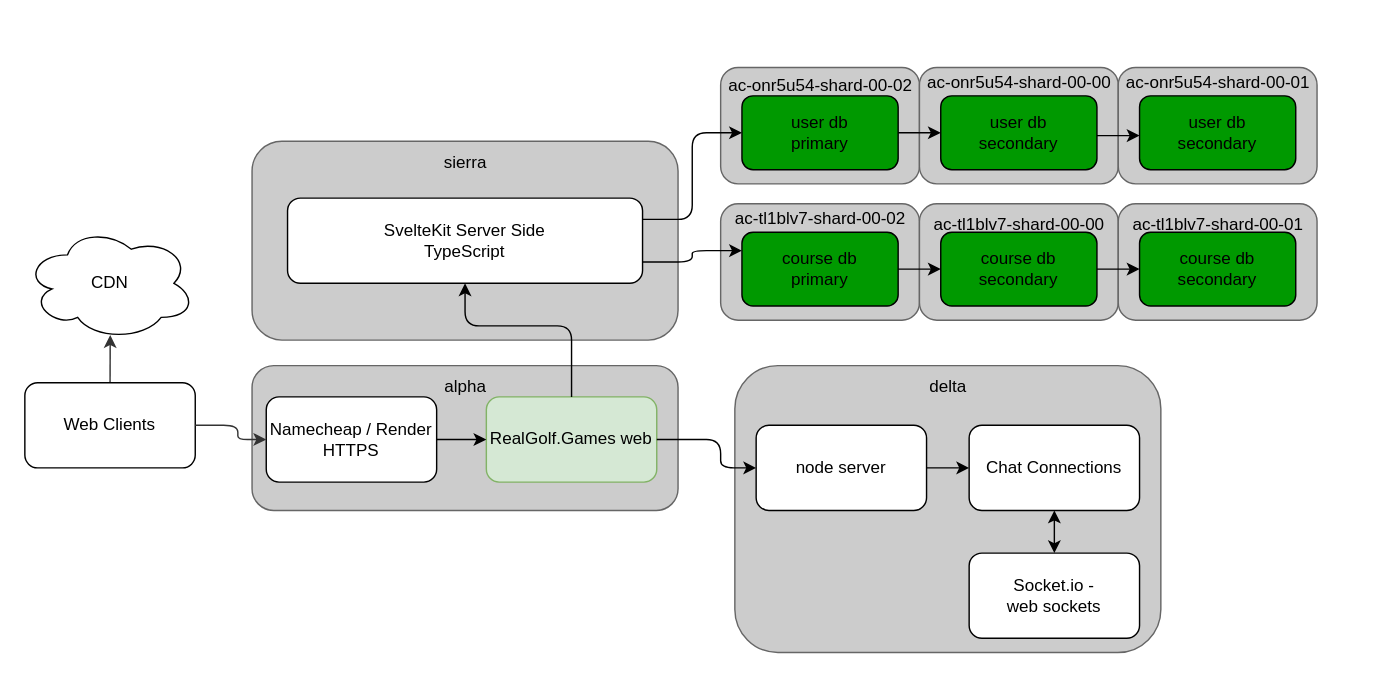
Earlier version of the draw.io diagram img/architecture.drawio (realgolf/web). Source tidied: cells renumbered, new cells numbered last; positions are measured from the earlier drawing's top-left corner, leaving out a move shared by most shapes. Both pictures are drawn from the tidied source at 142%, with x=0, y=0 at pixel (24, 61).
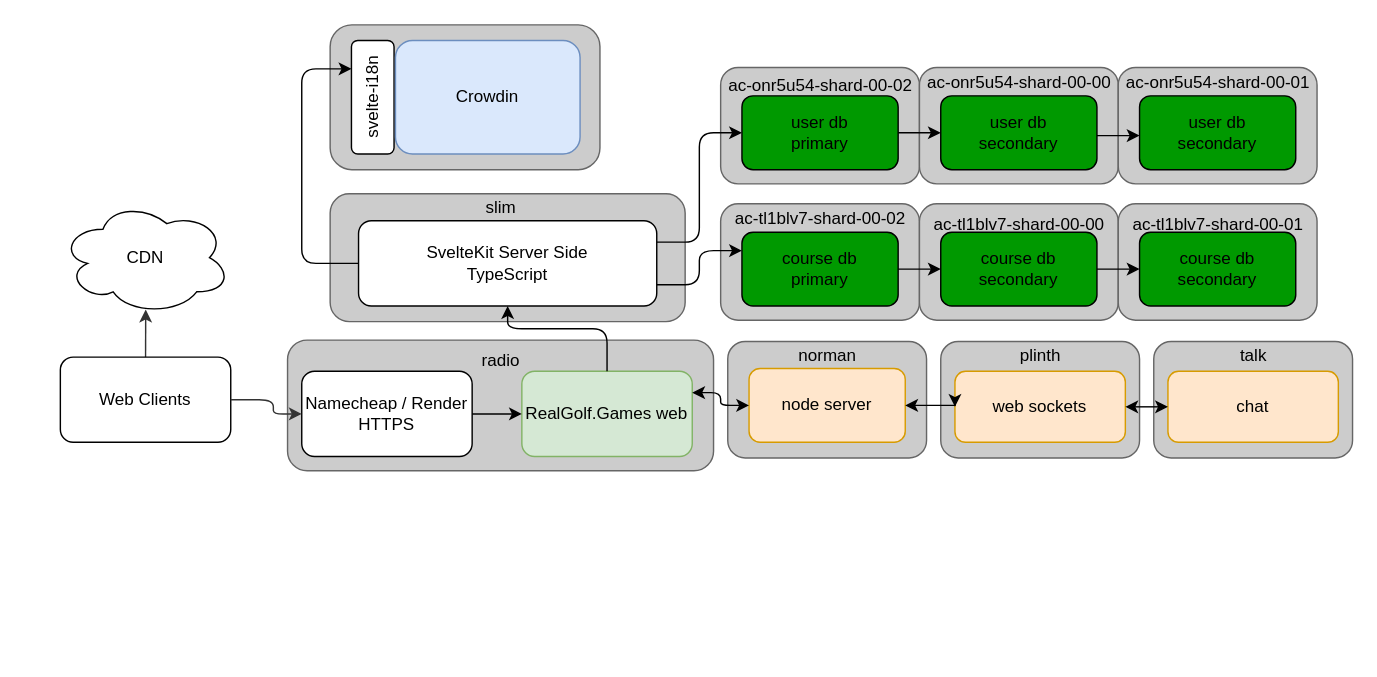
The same diagram, later.

Unchanged cells that the change refers to:
```xml
<mxCell id="12" value="course db&lt;br&gt;primary" style="rounded=1;whiteSpace=wrap;html=1;fillColor=#009900;strokeColor=#000000;" parent="1" vertex="1">
  <mxGeometry x="505" y="120" width="110" height="52" as="geometry" />
</mxCell>
```

What changed in the source:
```diff
@@
-    <mxCell id="2" style="rounded=1;whiteSpace=wrap;html=1;fillColor=#CCCCCC;fontColor=#333333;strokeColor=#666666;" parent="1" vertex="1">
-      <mxGeometry x="500" y="214" width="300" height="202" as="geometry" />
-    </mxCell>
@@
     <mxCell id="4" style="rounded=1;whiteSpace=wrap;html=1;fillColor=#CCCCCC;fontColor=#333333;strokeColor=#666666;" parent="1" vertex="1">
-      <mxGeometry x="160" y="214" width="300" height="102" as="geometry" />
+      <mxGeometry x="185" y="196" width="300" height="92" as="geometry" />
     </mxCell>
     <mxCell id="5" value="&lt;font color=&quot;#000000&quot;&gt;Web Clients&lt;/font&gt;" style="rounded=1;whiteSpace=wrap;html=1;fillColor=#FFFFFF;strokeColor=#000000;" parent="1" vertex="1">
-      <mxGeometry y="226" width="120" height="60" as="geometry" />
+      <mxGeometry x="25" y="208" width="120" height="60" as="geometry" />
     </mxCell>
     <mxCell id="6" value="Namecheap / Render HTTPS" style="rounded=1;whiteSpace=wrap;html=1;fontColor=#000000;fillColor=#FFFFFF;strokeColor=#000000;" parent="1" vertex="1">
-      <mxGeometry x="170" y="236" width="120" height="60" as="geometry" />
+      <mxGeometry x="195" y="218" width="120" height="60" as="geometry" />
     </mxCell>
     <mxCell id="7" value="RealGolf.Games web" style="rounded=1;whiteSpace=wrap;html=1;fillColor=#d5e8d4;strokeColor=#82b366;" parent="1" vertex="1">
-      <mxGeometry x="325" y="236" width="120" height="60" as="geometry" />
+      <mxGeometry x="350" y="218" width="120" height="60" as="geometry" />
     </mxCell>
@@
     <mxCell id="13" style="endArrow=classic;html=1;exitX=1;exitY=0.5;exitDx=0;exitDy=0;entryX=0;entryY=0.5;entryDx=0;entryDy=0;strokeColor=#333333;rounded=1;jumpStyle=none;" parent="1" edge="1" source="5" target="6">
       <mxGeometry relative="1" as="geometry">
         <Array as="points">
-          <mxPoint x="150" y="256" />
-          <mxPoint x="150" y="266" />
+          <mxPoint x="175" y="238" />
+          <mxPoint x="175" y="248" />
         </Array>
       </mxGeometry>
     </mxCell>
-    <mxCell id="14" style="edgeStyle=orthogonalEdgeStyle;rounded=1;jettySize=auto;html=1;exitX=1;exitY=0.5;exitDx=0;exitDy=0;entryX=0;entryY=0.5;entryDx=0;entryDy=0;curved=0;" parent="1" edge="1" source="15" target="43">
-      <mxGeometry relative="1" as="geometry" />
-    </mxCell>
-    <mxCell id="15" value="node server" style="rounded=1;whiteSpace=wrap;html=1;fontColor=#000000;fillColor=#FFFFFF;strokeColor=#000000;" parent="1" vertex="1">
-      <mxGeometry x="515" y="256" width="120" height="60" as="geometry" />
-    </mxCell>
-    <mxCell id="16" value="Socket.io -&lt;br&gt;web sockets" style="rounded=1;whiteSpace=wrap;html=1;fontColor=#000000;fillColor=#FFFFFF;strokeColor=#000000;" parent="1" vertex="1">
-      <mxGeometry x="665" y="346" width="120" height="60" as="geometry" />
-    </mxCell>
-    <mxCell id="17" style="edgeStyle=none;jettySize=auto;html=1;rounded=1;strokeColor=#000000;fontColor=#000000;jumpStyle=none;exitX=1;exitY=0.5;exitDx=0;exitDy=0;entryX=0;entryY=0.5;entryDx=0;entryDy=0;" parent="1" edge="1" source="7" target="15">
-      <mxGeometry relative="1" as="geometry">
-        <Array as="points">
-          <mxPoint x="490" y="266" />
-          <mxPoint x="490" y="286" />
-        </Array>
-      </mxGeometry>
-    </mxCell>
     <mxCell id="18" value="CDN" style="ellipse;shape=cloud;whiteSpace=wrap;html=1;strokeColor=#000000;fontColor=#000000;fillColor=#FFFFFF;" parent="1" vertex="1">
-      <mxGeometry y="116" width="120" height="80" as="geometry" />
+      <mxGeometry x="25" y="98" width="120" height="80" as="geometry" />
     </mxCell>
-    <mxCell id="19" value="alpha" style="text;html=1;align=center;verticalAlign=middle;strokeColor=none;fillColor=none;fontColor=#000000;" parent="1" vertex="1">
-      <mxGeometry x="285" y="214" width="50" height="30" as="geometry" />
+    <mxCell id="19" value="radio" style="text;html=1;align=center;verticalAlign=middle;strokeColor=none;fillColor=none;fontColor=#000000;" parent="1" vertex="1">
+      <mxGeometry x="310" y="196" width="50" height="30" as="geometry" />
     </mxCell>
@@
-    <mxCell id="21" value="delta" style="text;html=1;align=center;verticalAlign=middle;strokeColor=none;fillColor=none;fontColor=#000000;" parent="1" vertex="1">
-      <mxGeometry x="625" y="214" width="50" height="30" as="geometry" />
-    </mxCell>
     <mxCell id="22" style="rounded=1;whiteSpace=wrap;html=1;fillColor=#CCCCCC;fontColor=#333333;strokeColor=#666666;" parent="1" vertex="1">
-      <mxGeometry x="160" y="56" width="300" height="140" as="geometry" />
+      <mxGeometry x="215" y="93" width="250" height="90" as="geometry" />
     </mxCell>
-    <mxCell id="23" value="sierra" style="text;html=1;align=center;verticalAlign=middle;strokeColor=none;fillColor=none;fontColor=#000000;" parent="1" vertex="1">
-      <mxGeometry x="285" y="56" width="50" height="30" as="geometry" />
+    <mxCell id="23" value="slim" style="text;html=1;align=center;verticalAlign=middle;strokeColor=none;fillColor=none;fontColor=#000000;" parent="1" vertex="1">
+      <mxGeometry x="315" y="88" width="40" height="30" as="geometry" />
     </mxCell>
+    <mxCell id="25" style="edgeStyle=orthogonalEdgeStyle;rounded=1;jettySize=auto;html=1;exitX=1;exitY=0.75;exitDx=0;exitDy=0;entryX=0;entryY=0.25;entryDx=0;entryDy=0;curved=0;" parent="1" edge="1" source="26" target="12">
+      <mxGeometry relative="1" as="geometry" />
+    </mxCell>
@@
-    <mxCell id="25" style="edgeStyle=orthogonalEdgeStyle;rounded=1;jettySize=auto;html=1;exitX=1;exitY=0.75;exitDx=0;exitDy=0;entryX=0;entryY=0.25;entryDx=0;entryDy=0;curved=0;" parent="1" edge="1" source="26" target="12">
-      <mxGeometry relative="1" as="geometry" />
-    </mxCell>
     <mxCell id="26" value="SvelteKit Server Side&lt;br&gt;TypeScript" style="rounded=1;whiteSpace=wrap;html=1;fontColor=#000000;fillColor=#FFFFFF;strokeColor=#000000;" parent="1" vertex="1">
-      <mxGeometry x="185" y="96" width="250" height="60" as="geometry" />
+      <mxGeometry x="235" y="112" width="210" height="60" as="geometry" />
     </mxCell>
-    <mxCell id="27" style="endArrow=classic;html=1;rounded=1;strokeColor=#000000;fontColor=#000000;jumpStyle=none;exitX=0.5;exitY=0;exitDx=0;exitDy=0;entryX=0.5;entryY=1;entryDx=0;entryDy=0;" parent="1" edge="1" source="7" target="26">
-      <mxGeometry relative="1" as="geometry">
-        <Array as="points">
-          <mxPoint x="385" y="186" />
-          <mxPoint x="350" y="186" />
-          <mxPoint x="310" y="186" />
-        </Array>
-      </mxGeometry>
-    </mxCell>
@@
-    <mxCell id="42" style="edgeStyle=orthogonalEdgeStyle;rounded=1;jettySize=auto;html=1;exitX=0.5;exitY=1;exitDx=0;exitDy=0;entryX=0.5;entryY=0;entryDx=0;entryDy=0;curved=0;endArrow=classic;endFill=1;startArrow=classic;startFill=1;" parent="1" edge="1" source="43" target="16">
-      <mxGeometry relative="1" as="geometry" />
-    </mxCell>
-    <mxCell id="43" value="Chat Connections" style="rounded=1;whiteSpace=wrap;html=1;fontColor=#000000;fillColor=#FFFFFF;strokeColor=#000000;" parent="1" vertex="1">
-      <mxGeometry x="665" y="256" width="120" height="60" as="geometry" />
-    </mxCell>
@@
+    <mxCell id="47" style="rounded=1;whiteSpace=wrap;html=1;fillColor=#CCCCCC;fontColor=#333333;strokeColor=#666666;" parent="1" vertex="1">
+      <mxGeometry x="215" y="-26" width="190" height="102" as="geometry" />
+    </mxCell>
+    <mxCell id="48" value="svelte-i18n" style="rounded=1;whiteSpace=wrap;html=1;fontColor=#000000;fillColor=#FFFFFF;strokeColor=#000000;rotation=-90;" parent="1" vertex="1">
+      <mxGeometry x="205" y="10" width="80" height="30" as="geometry" />
+    </mxCell>
+    <mxCell id="49" value="Crowdin" style="rounded=1;whiteSpace=wrap;html=1;fillColor=#dae8fc;strokeColor=#6c8ebf;" parent="1" vertex="1">
+      <mxGeometry x="261" y="-15" width="130" height="80" as="geometry" />
+    </mxCell>
+    <mxCell id="50" style="rounded=1;whiteSpace=wrap;html=1;fillColor=#CCCCCC;fontColor=#333333;strokeColor=#666666;" parent="1" vertex="1">
+      <mxGeometry x="495" y="197" width="140" height="82" as="geometry" />
+    </mxCell>
+    <mxCell id="15" value="node server" style="rounded=1;whiteSpace=wrap;html=1;fillColor=#ffe6cc;strokeColor=#d79b00;" parent="1" vertex="1">
+      <mxGeometry x="510" y="216" width="110" height="52" as="geometry" />
+    </mxCell>
+    <mxCell id="51" value="&lt;span style=&quot;text-align: start;&quot;&gt;&lt;font face=&quot;Helvetica&quot;&gt;norman&lt;/font&gt;&lt;/span&gt;" style="text;html=1;align=center;verticalAlign=middle;strokeColor=none;fillColor=none;fontColor=#000000;" parent="1" vertex="1">
+      <mxGeometry x="535" y="192" width="60" height="30" as="geometry" />
+    </mxCell>
+    <mxCell id="52" style="rounded=1;whiteSpace=wrap;html=1;fillColor=#CCCCCC;fontColor=#333333;strokeColor=#666666;" parent="1" vertex="1">
+      <mxGeometry x="645" y="197" width="140" height="82" as="geometry" />
+    </mxCell>
+    <mxCell id="16" value="web sockets" style="rounded=1;whiteSpace=wrap;html=1;fillColor=#ffe6cc;strokeColor=#d79b00;" parent="1" vertex="1">
+      <mxGeometry x="655" y="218" width="120" height="50" as="geometry" />
+    </mxCell>
+    <mxCell id="53" value="&lt;div style=&quot;text-align: start;&quot;&gt;&lt;span style=&quot;background-color: initial;&quot;&gt;plinth&lt;/span&gt;&lt;/div&gt;" style="text;html=1;align=center;verticalAlign=middle;strokeColor=none;fillColor=none;fontColor=#000000;" parent="1" vertex="1">
+      <mxGeometry x="690" y="192" width="50" height="30" as="geometry" />
+    </mxCell>
+    <mxCell id="54" style="rounded=1;whiteSpace=wrap;html=1;fillColor=#CCCCCC;fontColor=#333333;strokeColor=#666666;" parent="1" vertex="1">
+      <mxGeometry x="795" y="197" width="140" height="82" as="geometry" />
+    </mxCell>
+    <mxCell id="55" value="chat" style="rounded=1;whiteSpace=wrap;html=1;fillColor=#ffe6cc;strokeColor=#d79b00;" parent="1" vertex="1">
+      <mxGeometry x="805" y="218" width="120" height="50" as="geometry" />
+    </mxCell>
+    <mxCell id="56" value="&lt;div style=&quot;text-align: start;&quot;&gt;&lt;span style=&quot;background-color: initial;&quot;&gt;talk&lt;/span&gt;&lt;/div&gt;" style="text;html=1;align=center;verticalAlign=middle;strokeColor=none;fillColor=none;fontColor=#000000;" parent="1" vertex="1">
+      <mxGeometry x="845" y="192" width="40" height="30" as="geometry" />
+    </mxCell>
+    <mxCell id="17" style="edgeStyle=orthogonalEdgeStyle;rounded=1;jettySize=auto;html=1;entryX=0;entryY=0.5;entryDx=0;entryDy=0;curved=0;startArrow=classic;startFill=1;exitX=1;exitY=0.25;exitDx=0;exitDy=0;" parent="1" edge="1" source="7" target="15">
+      <mxGeometry relative="1" as="geometry" />
+    </mxCell>
+    <mxCell id="57" style="edgeStyle=orthogonalEdgeStyle;rounded=0;jettySize=auto;html=1;exitX=1;exitY=0.5;exitDx=0;exitDy=0;entryX=0;entryY=0.5;entryDx=0;entryDy=0;startArrow=classic;startFill=1;" parent="1" edge="1" source="15" target="16">
+      <mxGeometry relative="1" as="geometry" />
+    </mxCell>
+    <mxCell id="58" style="edgeStyle=orthogonalEdgeStyle;rounded=0;jettySize=auto;html=1;exitX=1;exitY=0.5;exitDx=0;exitDy=0;entryX=0;entryY=0.5;entryDx=0;entryDy=0;startArrow=classic;startFill=1;" parent="1" edge="1" source="16" target="55">
+      <mxGeometry relative="1" as="geometry" />
+    </mxCell>
+    <mxCell id="27" style="edgeStyle=orthogonalEdgeStyle;rounded=1;jettySize=auto;html=1;exitX=0.5;exitY=0;exitDx=0;exitDy=0;entryX=0.5;entryY=1;entryDx=0;entryDy=0;curved=0;" parent="1" edge="1" source="7" target="26">
+      <mxGeometry relative="1" as="geometry">
+        <Array as="points">
+          <mxPoint x="410" y="188" />
+          <mxPoint x="340" y="188" />
+        </Array>
+      </mxGeometry>
+    </mxCell>
+    <mxCell id="59" style="edgeStyle=orthogonalEdgeStyle;rounded=1;jettySize=auto;html=1;exitX=0;exitY=0.5;exitDx=0;exitDy=0;entryX=0.75;entryY=0;entryDx=0;entryDy=0;curved=0;" parent="1" edge="1" source="26" target="48">
+      <mxGeometry relative="1" as="geometry">
+        <Array as="points">
+          <mxPoint x="195" y="142" />
+          <mxPoint x="195" y="5" />
+        </Array>
+      </mxGeometry>
+    </mxCell>
```
